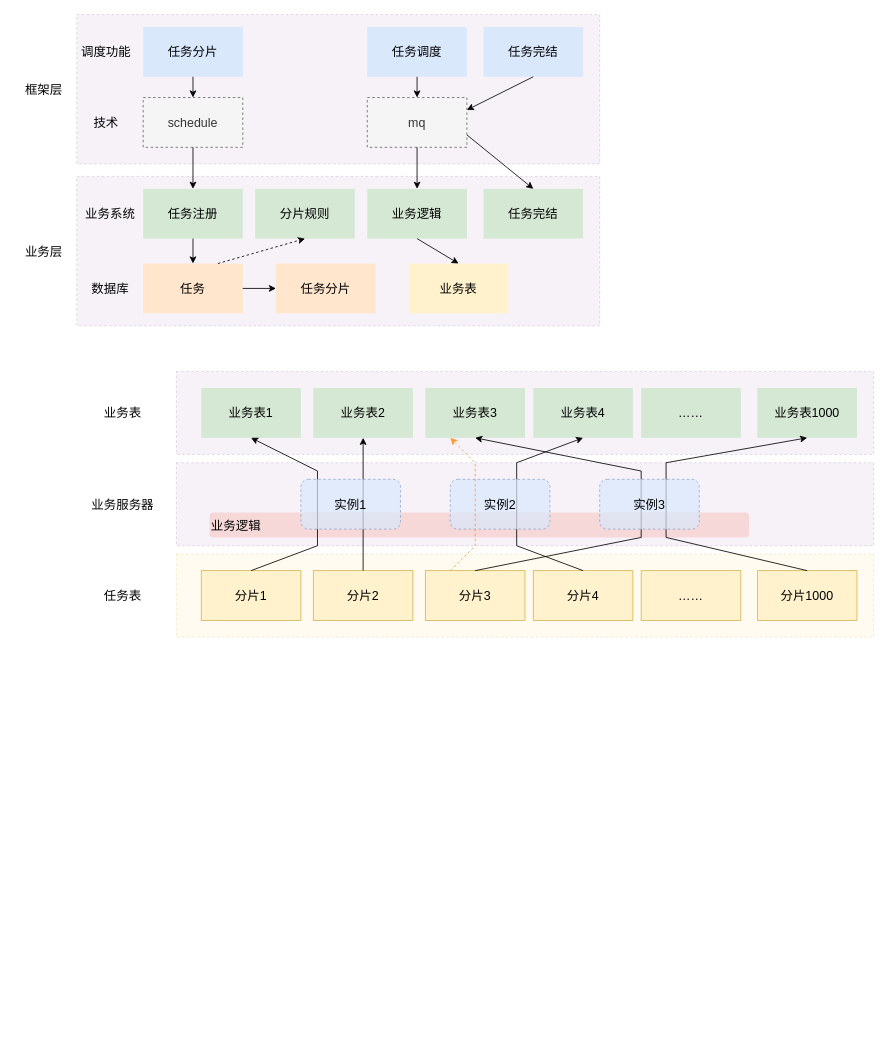
Before: save/schedulerbatch.drawio in wengyingjian/draw.io, a draw.io diagram. Source tidied: cells renumbered, new cells numbered last; positions are measured from the earlier drawing's top-left corner, leaving out a move shared by most shapes. Both pictures are drawn from the tidied source at 83%, with x=0, y=0 at pixel (14, 14).
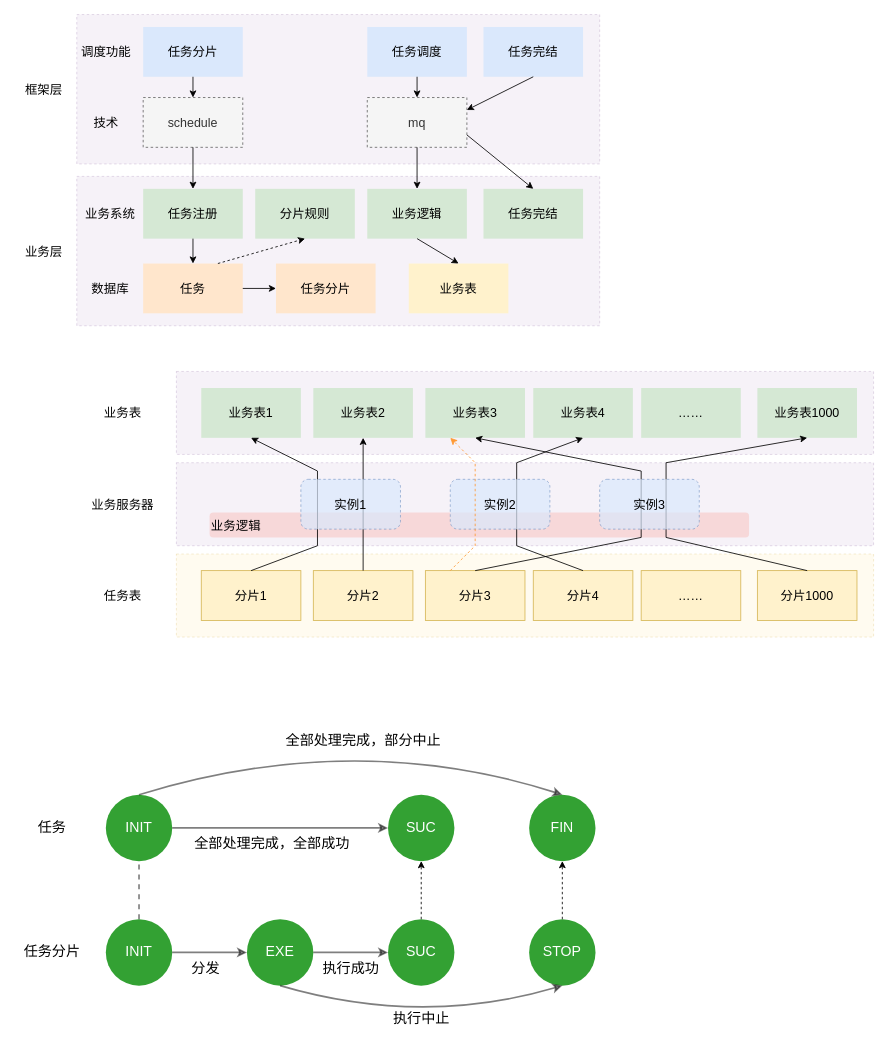
The same page after the edit.

Diff of the diagram source:
```diff
@@
+    <mxCell id="60" value="INIT" style="ellipse;whiteSpace=wrap;html=1;strokeColor=none;fontSize=17;fillColor=#008a00;fontColor=#ffffff;opacity=80;" parent="1" vertex="1">
+      <mxGeometry x="110" y="940" width="80" height="80" as="geometry" />
+    </mxCell>
+    <mxCell id="61" value="SUC" style="ellipse;whiteSpace=wrap;html=1;strokeColor=none;fontSize=17;fillColor=#008a00;fontColor=#ffffff;opacity=80;" parent="1" vertex="1">
+      <mxGeometry x="450" y="940" width="80" height="80" as="geometry" />
+    </mxCell>
+    <mxCell id="62" value="FIN" style="ellipse;whiteSpace=wrap;html=1;strokeColor=none;fontSize=17;fillColor=#008a00;fontColor=#ffffff;opacity=80;" parent="1" vertex="1">
+      <mxGeometry x="620" y="940" width="80" height="80" as="geometry" />
+    </mxCell>
+    <mxCell id="63" value="INIT" style="ellipse;whiteSpace=wrap;html=1;strokeColor=none;fontSize=17;fillColor=#008a00;fontColor=#ffffff;opacity=80;" parent="1" vertex="1">
+      <mxGeometry x="110" y="1090" width="80" height="80" as="geometry" />
+    </mxCell>
+    <mxCell id="64" value="EXE" style="ellipse;whiteSpace=wrap;html=1;strokeColor=none;fontSize=17;fillColor=#008a00;fontColor=#ffffff;opacity=80;" parent="1" vertex="1">
+      <mxGeometry x="280" y="1090" width="80" height="80" as="geometry" />
+    </mxCell>
+    <mxCell id="65" value="SUC" style="ellipse;whiteSpace=wrap;html=1;strokeColor=none;fontSize=17;fillColor=#008a00;fontColor=#ffffff;opacity=80;" parent="1" vertex="1">
+      <mxGeometry x="450" y="1090" width="80" height="80" as="geometry" />
+    </mxCell>
+    <mxCell id="66" value="STOP" style="ellipse;whiteSpace=wrap;html=1;strokeColor=none;fontSize=17;fillColor=#008a00;fontColor=#ffffff;opacity=80;" parent="1" vertex="1">
+      <mxGeometry x="620" y="1090" width="80" height="80" as="geometry" />
+    </mxCell>
+    <mxCell id="67" style="endArrow=none;dashed=1;html=1;strokeWidth=2;rounded=0;strokeColor=#000;fontSize=17;entryX=0.5;entryY=1;entryDx=0;entryDy=0;exitX=0.5;exitY=0;exitDx=0;exitDy=0;jumpSize=3;opacity=50;" parent="1" edge="1" source="63" target="60">
+      <mxGeometry relative="1" as="geometry" />
+    </mxCell>
+    <mxCell id="68" style="endArrow=classic;html=1;rounded=0;dashed=1;strokeColor=#000;fontSize=17;jumpSize=3;entryX=0.5;entryY=1;entryDx=0;entryDy=0;exitX=0.5;exitY=0;exitDx=0;exitDy=0;" parent="1" edge="1" source="65" target="61">
+      <mxGeometry relative="1" as="geometry" />
+    </mxCell>
+    <mxCell id="69" style="endArrow=classic;html=1;rounded=0;dashed=1;strokeColor=#000;fontSize=17;jumpSize=3;entryX=0.5;entryY=1;entryDx=0;entryDy=0;exitX=0.5;exitY=0;exitDx=0;exitDy=0;" parent="1" edge="1" source="66" target="62">
+      <mxGeometry relative="1" as="geometry" />
+    </mxCell>
+    <mxCell id="70" style="endArrow=classic;html=1;rounded=0;strokeColor=#000;fontSize=17;opacity=50;jumpSize=3;exitX=1;exitY=0.5;exitDx=0;exitDy=0;entryX=0;entryY=0.5;entryDx=0;entryDy=0;strokeWidth=2;" parent="1" edge="1" source="60" target="61">
+      <mxGeometry relative="1" as="geometry" />
+    </mxCell>
+    <mxCell id="71" style="endArrow=classic;html=1;rounded=0;strokeColor=#000;strokeWidth=2;fontSize=17;opacity=50;jumpSize=3;exitX=1;exitY=0.5;exitDx=0;exitDy=0;entryX=0;entryY=0.5;entryDx=0;entryDy=0;" parent="1" edge="1" source="63" target="64">
+      <mxGeometry relative="1" as="geometry" />
+    </mxCell>
+    <mxCell id="72" style="endArrow=classic;html=1;rounded=0;strokeColor=#000;strokeWidth=2;fontSize=17;opacity=50;jumpSize=3;exitX=1;exitY=0.5;exitDx=0;exitDy=0;entryX=0;entryY=0.5;entryDx=0;entryDy=0;" parent="1" edge="1" source="64" target="65">
+      <mxGeometry relative="1" as="geometry" />
+    </mxCell>
+    <mxCell id="73" style="endArrow=classic;html=1;strokeColor=#000;strokeWidth=2;fontSize=17;opacity=50;jumpSize=3;exitX=0.5;exitY=1;exitDx=0;exitDy=0;entryX=0.5;entryY=1;entryDx=0;entryDy=0;curved=1;" parent="1" edge="1" source="64" target="66">
+      <mxGeometry relative="1" as="geometry">
+        <Array as="points">
+          <mxPoint x="490" y="1220" />
+        </Array>
+      </mxGeometry>
+    </mxCell>
+    <mxCell id="74" style="endArrow=classic;html=1;strokeColor=#000;strokeWidth=2;fontSize=17;opacity=50;jumpSize=3;exitX=0.5;exitY=0;exitDx=0;exitDy=0;entryX=0.5;entryY=0;entryDx=0;entryDy=0;curved=1;" parent="1" edge="1" source="60" target="62">
+      <mxGeometry relative="1" as="geometry">
+        <Array as="points">
+          <mxPoint x="410" y="860" />
+        </Array>
+      </mxGeometry>
+    </mxCell>
+    <mxCell id="75" value="全部处理完成，全部成功" style="text;html=1;align=center;verticalAlign=middle;strokeColor=none;fillColor=none;fontSize=17;" parent="1" vertex="1">
+      <mxGeometry x="205" y="985" width="210" height="30" as="geometry" />
+    </mxCell>
+    <mxCell id="76" value="全部处理完成，部分中止" style="text;html=1;align=center;verticalAlign=middle;strokeColor=none;fillColor=none;fontSize=17;" parent="1" vertex="1">
+      <mxGeometry x="315" y="860" width="210" height="30" as="geometry" />
+    </mxCell>
+    <mxCell id="77" value="任务分片" style="text;html=1;align=center;verticalAlign=middle;strokeColor=none;fillColor=none;fontSize=17;" parent="1" vertex="1">
+      <mxGeometry y="1115" width="90" height="30" as="geometry" />
+    </mxCell>
+    <mxCell id="78" value="任务" style="text;html=1;align=center;verticalAlign=middle;strokeColor=none;fillColor=none;fontSize=17;" parent="1" vertex="1">
+      <mxGeometry x="15" y="965" width="60" height="30" as="geometry" />
+    </mxCell>
+    <mxCell id="79" value="分发" style="text;html=1;align=center;verticalAlign=middle;strokeColor=none;fillColor=none;fontSize=17;" parent="1" vertex="1">
+      <mxGeometry x="200" y="1135" width="60" height="30" as="geometry" />
+    </mxCell>
+    <mxCell id="80" value="执行成功" style="text;html=1;align=center;verticalAlign=middle;strokeColor=none;fillColor=none;fontSize=17;" parent="1" vertex="1">
+      <mxGeometry x="360" y="1135" width="90" height="30" as="geometry" />
+    </mxCell>
+    <mxCell id="81" value="执行中止" style="text;html=1;align=center;verticalAlign=middle;strokeColor=none;fillColor=none;fontSize=17;" parent="1" vertex="1">
+      <mxGeometry x="445" y="1195" width="90" height="30" as="geometry" />
+    </mxCell>
```
